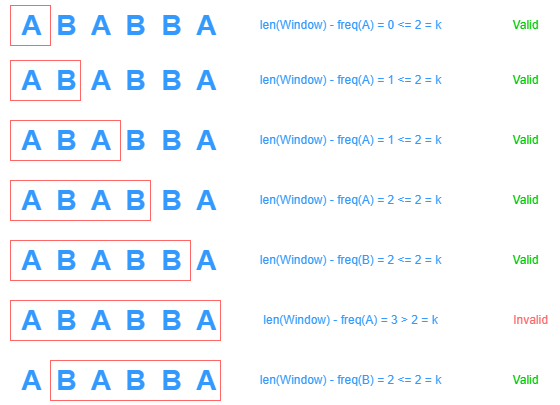
Before: Neetcode150/img/LongestRepeatingCharacters.png, a diagram exported from draw.io (ashiven/leetcode-solutions). Source tidied: cells renumbered, new cells last; positions are measured from the earlier drawing's top-left corner, leaving out a move shared by most shapes.
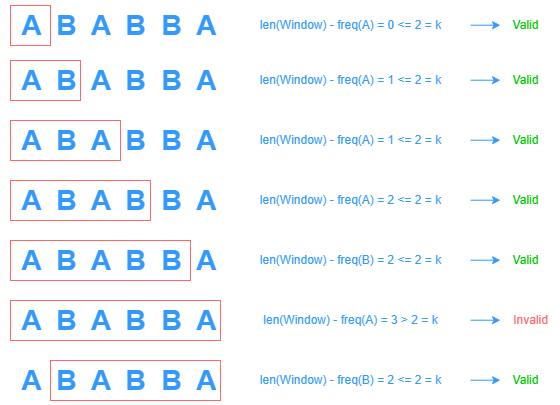
Later version of the same file.

The edit, as a diff of the source:
```diff
@@ -11,7 +11,7 @@
     <mxCell id="4" value="&lt;font&gt;len(Window) - freq(A) = 0 &amp;lt;= 2 = k&lt;/font&gt;" style="text;html=1;align=center;verticalAlign=middle;strokeColor=none;fillColor=none;fontColor=#3399FF;" parent="1" vertex="1">
       <mxGeometry x="250" y="10" width="200" height="30" as="geometry" />
     </mxCell>
-    <mxCell id="5" style="endArrow=classic;html=1;rounded=0;strokeColor=#FFFFFF;fontColor=#3399FF;" parent="1" edge="1">
+    <mxCell id="5" style="endArrow=classic;html=1;rounded=0;strokeColor=#3399FF;fontColor=#3399FF;" parent="1" edge="1">
       <mxGeometry relative="1" as="geometry">
         <mxPoint x="470" y="24.7" as="sourcePoint" />
         <mxPoint x="500" y="24.7" as="targetPoint" />
@@ -29,7 +29,7 @@
     <mxCell id="9" value="&lt;font&gt;len(Window) - freq(A) = 1 &amp;lt;= 2 = k&lt;/font&gt;" style="text;html=1;align=center;verticalAlign=middle;strokeColor=none;fillColor=none;fontColor=#3399FF;" parent="1" vertex="1">
       <mxGeometry x="250" y="65" width="200" height="30" as="geometry" />
     </mxCell>
-    <mxCell id="10" style="endArrow=classic;html=1;rounded=0;strokeColor=#FFFFFF;fontColor=#3399FF;" parent="1" edge="1">
+    <mxCell id="10" style="endArrow=classic;html=1;rounded=0;strokeColor=#3399FF;fontColor=#3399FF;" parent="1" edge="1">
       <mxGeometry relative="1" as="geometry">
         <mxPoint x="470" y="79.7" as="sourcePoint" />
         <mxPoint x="500" y="79.7" as="targetPoint" />
@@ -47,7 +47,7 @@
     <mxCell id="14" value="&lt;font&gt;len(Window) - freq(A) = 1 &amp;lt;= 2 = k&lt;/font&gt;" style="text;html=1;align=center;verticalAlign=middle;strokeColor=none;fillColor=none;fontColor=#3399FF;" parent="1" vertex="1">
       <mxGeometry x="250" y="125" width="200" height="30" as="geometry" />
     </mxCell>
-    <mxCell id="15" style="endArrow=classic;html=1;rounded=0;strokeColor=#FFFFFF;fontColor=#3399FF;" parent="1" edge="1">
+    <mxCell id="15" style="endArrow=classic;html=1;rounded=0;strokeColor=#3399FF;fontColor=#3399FF;" parent="1" edge="1">
       <mxGeometry relative="1" as="geometry">
         <mxPoint x="470" y="139.7" as="sourcePoint" />
         <mxPoint x="500" y="139.7" as="targetPoint" />
@@ -65,7 +65,7 @@
     <mxCell id="19" value="&lt;font&gt;len(Window) - freq(A) = 2 &amp;lt;= 2 = k&lt;/font&gt;" style="text;html=1;align=center;verticalAlign=middle;strokeColor=none;fillColor=none;fontColor=#3399FF;" parent="1" vertex="1">
       <mxGeometry x="250" y="185" width="200" height="30" as="geometry" />
     </mxCell>
-    <mxCell id="20" style="endArrow=classic;html=1;rounded=0;strokeColor=#FFFFFF;fontColor=#3399FF;" parent="1" edge="1">
+    <mxCell id="20" style="endArrow=classic;html=1;rounded=0;strokeColor=#3399FF;fontColor=#3399FF;" parent="1" edge="1">
       <mxGeometry relative="1" as="geometry">
         <mxPoint x="470" y="199.7" as="sourcePoint" />
         <mxPoint x="500" y="199.7" as="targetPoint" />
@@ -83,7 +83,7 @@
     <mxCell id="24" value="&lt;font&gt;len(Window) - freq(B) = 2 &amp;lt;= 2 = k&lt;/font&gt;" style="text;html=1;align=center;verticalAlign=middle;strokeColor=none;fillColor=none;fontColor=#3399FF;" parent="1" vertex="1">
       <mxGeometry x="250" y="245" width="200" height="30" as="geometry" />
     </mxCell>
-    <mxCell id="25" style="endArrow=classic;html=1;rounded=0;strokeColor=#FFFFFF;fontColor=#3399FF;" parent="1" edge="1">
+    <mxCell id="25" style="endArrow=classic;html=1;rounded=0;strokeColor=#3399FF;fontColor=#3399FF;" parent="1" edge="1">
       <mxGeometry relative="1" as="geometry">
         <mxPoint x="470" y="259.7" as="sourcePoint" />
         <mxPoint x="500" y="259.7" as="targetPoint" />
@@ -101,7 +101,7 @@
     <mxCell id="29" value="&lt;font&gt;len(Window) - freq(A) = 3 &amp;gt; 2 = k&lt;/font&gt;" style="text;html=1;align=center;verticalAlign=middle;strokeColor=none;fillColor=none;fontColor=#3399FF;" parent="1" vertex="1">
       <mxGeometry x="250" y="305" width="200" height="30" as="geometry" />
     </mxCell>
-    <mxCell id="30" style="endArrow=classic;html=1;rounded=0;strokeColor=#FFFFFF;fontColor=#3399FF;" parent="1" edge="1">
+    <mxCell id="30" style="endArrow=classic;html=1;rounded=0;strokeColor=#3399FF;fontColor=#3399FF;" parent="1" edge="1">
       <mxGeometry relative="1" as="geometry">
         <mxPoint x="470" y="319.7" as="sourcePoint" />
         <mxPoint x="500" y="319.7" as="targetPoint" />
@@ -119,7 +119,7 @@
     <mxCell id="34" value="&lt;font&gt;len(Window) - freq(B) = 2 &amp;lt;= 2 = k&lt;/font&gt;" style="text;html=1;align=center;verticalAlign=middle;strokeColor=none;fillColor=none;fontColor=#3399FF;" parent="1" vertex="1">
       <mxGeometry x="250" y="365" width="200" height="30" as="geometry" />
     </mxCell>
-    <mxCell id="35" style="endArrow=classic;html=1;rounded=0;strokeColor=#FFFFFF;fontColor=#3399FF;" parent="1" edge="1">
+    <mxCell id="35" style="endArrow=classic;html=1;rounded=0;strokeColor=#3399FF;fontColor=#3399FF;" parent="1" edge="1">
       <mxGeometry relative="1" as="geometry">
         <mxPoint x="470" y="379.7" as="sourcePoint" />
         <mxPoint x="500" y="379.7" as="targetPoint" />
```
